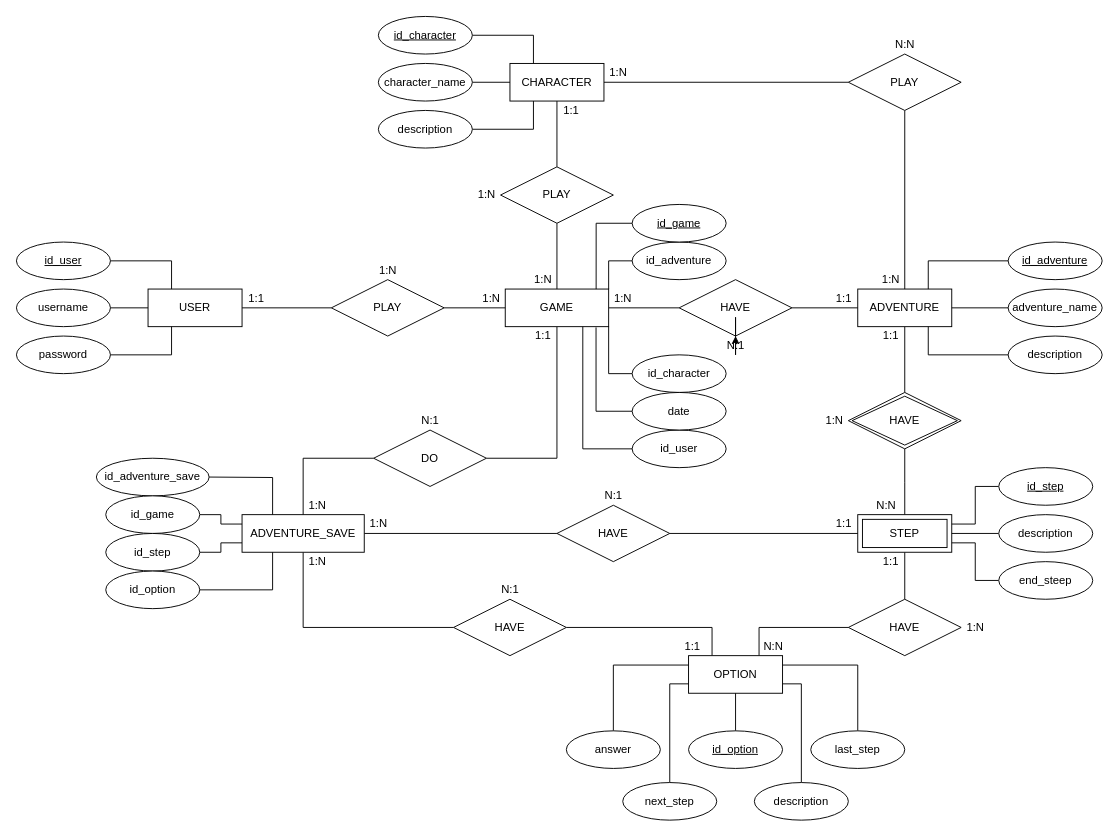
The draw.io diagram M02/ModeloE-R/modelo_E-R.drawio in Brahian412/Proyecto_2122, before the edit. Source tidied: cells renumbered, new cells numbered last; positions are measured from the earlier drawing's top-left corner, leaving out a move shared by most shapes. Both pictures are drawn from the tidied source at 94%, with x=0, y=0 at pixel (16, 16).
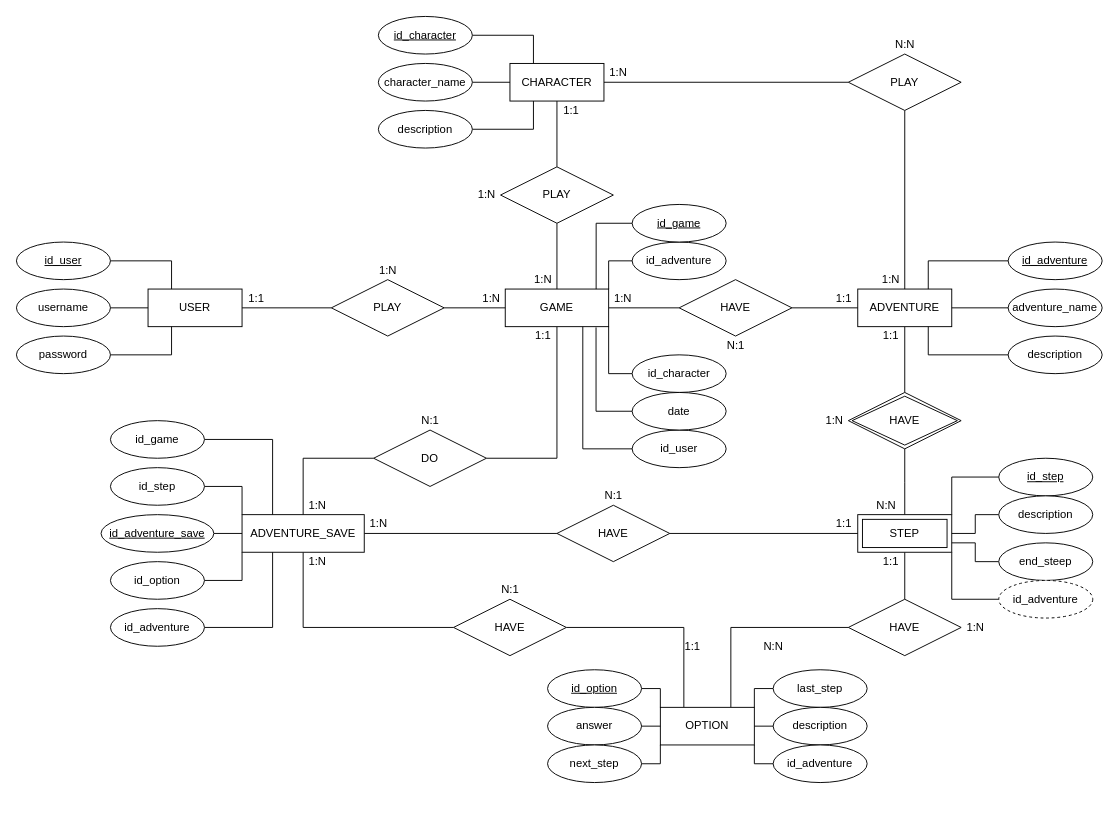
The same page after the edit.

Unchanged cells that the change refers to:
```xml
<mxCell id="25" value="STEP" style="shape=ext;margin=3;double=1;whiteSpace=wrap;html=1;align=center;" parent="1" vertex="1">
  <mxGeometry x="895" y="530" width="100" height="40" as="geometry" />
</mxCell>
<mxCell id="50" value="ADVENTURE_SAVE" style="whiteSpace=wrap;html=1;align=center;" parent="1" vertex="1">
  <mxGeometry x="240" y="530" width="130" height="40" as="geometry" />
</mxCell>
<mxCell id="82" value="HAVE" style="shape=rhombus;perimeter=rhombusPerimeter;whiteSpace=wrap;html=1;align=center;" parent="1" vertex="1">
  <mxGeometry x="705" y="280" width="120" height="60" as="geometry" />
</mxCell>
<mxCell id="106" value="N:1" style="text;html=1;align=center;verticalAlign=middle;points=[];strokeColor=none;fillColor=none;" parent="1" vertex="1">
  <mxGeometry x="750" y="340" width="30" height="20" as="geometry" />
</mxCell>
```

The edit, as a diff of the source:
```diff
@@
+    <mxCell id="116" style="edgeStyle=orthogonalEdgeStyle;rounded=0;jettySize=auto;html=1;exitX=1;exitY=0;exitDx=0;exitDy=0;entryX=0;entryY=0.5;entryDx=0;entryDy=0;endArrow=none;endFill=0;" parent="1" edge="1" source="25" target="27">
+      <mxGeometry relative="1" as="geometry" />
+    </mxCell>
+    <mxCell id="117" style="edgeStyle=orthogonalEdgeStyle;rounded=0;jettySize=auto;html=1;exitX=1;exitY=1;exitDx=0;exitDy=0;entryX=0;entryY=0.5;entryDx=0;entryDy=0;endArrow=none;endFill=0;" parent="1" edge="1" source="25" target="119">
+      <mxGeometry relative="1" as="geometry" />
+    </mxCell>
@@
-    <mxCell id="26" style="edgeStyle=orthogonalEdgeStyle;rounded=0;jettySize=auto;html=1;exitX=0;exitY=0.5;exitDx=0;exitDy=0;entryX=1;entryY=0.25;entryDx=0;entryDy=0;endArrow=none;endFill=0;" parent="1" edge="1" source="27" target="25">
-      <mxGeometry relative="1" as="geometry" />
-    </mxCell>
     <mxCell id="27" value="id_step" style="ellipse;whiteSpace=wrap;html=1;align=center;fontStyle=4;" parent="1" vertex="1">
-      <mxGeometry x="1045" y="480" width="100" height="40" as="geometry" />
+      <mxGeometry x="1045" y="470" width="100" height="40" as="geometry" />
     </mxCell>
@@
     <mxCell id="29" value="description" style="ellipse;whiteSpace=wrap;html=1;align=center;" parent="1" vertex="1">
-      <mxGeometry x="1045" y="530" width="100" height="40" as="geometry" />
+      <mxGeometry x="1045" y="510" width="100" height="40" as="geometry" />
     </mxCell>
@@
     <mxCell id="31" value="end_steep" style="ellipse;whiteSpace=wrap;html=1;align=center;" parent="1" vertex="1">
-      <mxGeometry x="1045" y="580" width="100" height="40" as="geometry" />
+      <mxGeometry x="1045" y="560" width="100" height="40" as="geometry" />
     </mxCell>
@@
     <mxCell id="34" value="OPTION" style="whiteSpace=wrap;html=1;align=center;" parent="1" vertex="1">
-      <mxGeometry x="715" y="680" width="100" height="40" as="geometry" />
+      <mxGeometry x="685" y="735" width="100" height="40" as="geometry" />
     </mxCell>
@@
-    <mxCell id="51" style="edgeStyle=orthogonalEdgeStyle;rounded=0;jettySize=auto;html=1;exitX=1;exitY=0.5;exitDx=0;exitDy=0;entryX=0.25;entryY=0;entryDx=0;entryDy=0;endArrow=none;endFill=0;" parent="1" edge="1" target="50">
-      <mxGeometry relative="1" as="geometry">
-        <mxPoint x="205" y="490" as="sourcePoint" />
-      </mxGeometry>
-    </mxCell>
+    <mxCell id="118" style="edgeStyle=orthogonalEdgeStyle;rounded=0;jettySize=auto;html=1;exitX=1;exitY=0.5;exitDx=0;exitDy=0;entryX=0;entryY=0.5;entryDx=0;entryDy=0;endArrow=none;endFill=0;" parent="1" edge="1" source="52" target="50">
+      <mxGeometry relative="1" as="geometry" />
+    </mxCell>
-    <mxCell id="52" value="id_adventure_save" style="ellipse;whiteSpace=wrap;html=1;align=center;" parent="1" vertex="1">
-      <mxGeometry x="85" y="470" width="120" height="40" as="geometry" />
+    <mxCell id="52" value="&lt;u&gt;id_adventure_save&lt;/u&gt;" style="ellipse;whiteSpace=wrap;html=1;align=center;" parent="1" vertex="1">
+      <mxGeometry x="90" y="530" width="120" height="40" as="geometry" />
     </mxCell>
@@
-    <mxCell id="55" style="edgeStyle=orthogonalEdgeStyle;rounded=0;jettySize=auto;html=1;exitX=1;exitY=0.5;exitDx=0;exitDy=0;entryX=0;entryY=0.25;entryDx=0;entryDy=0;endArrow=none;endFill=0;" parent="1" edge="1" source="56" target="50">
+    <mxCell id="55" style="edgeStyle=orthogonalEdgeStyle;rounded=0;jettySize=auto;html=1;exitX=1;exitY=0.5;exitDx=0;exitDy=0;entryX=0.25;entryY=0;entryDx=0;entryDy=0;endArrow=none;endFill=0;" parent="1" edge="1" source="56" target="50">
       <mxGeometry relative="1" as="geometry" />
     </mxCell>
     <mxCell id="56" value="id_game" style="ellipse;whiteSpace=wrap;html=1;align=center;" parent="1" vertex="1">
-      <mxGeometry x="95" y="510" width="100" height="40" as="geometry" />
+      <mxGeometry x="100" y="430" width="100" height="40" as="geometry" />
     </mxCell>
-    <mxCell id="57" style="edgeStyle=orthogonalEdgeStyle;rounded=0;jettySize=auto;html=1;exitX=1;exitY=0.5;exitDx=0;exitDy=0;entryX=0;entryY=0.75;entryDx=0;entryDy=0;endArrow=none;endFill=0;" parent="1" edge="1" source="58" target="50">
+    <mxCell id="57" style="edgeStyle=orthogonalEdgeStyle;rounded=0;jettySize=auto;html=1;exitX=1;exitY=0.5;exitDx=0;exitDy=0;entryX=0;entryY=0;entryDx=0;entryDy=0;endArrow=none;endFill=0;" parent="1" edge="1" source="58" target="50">
       <mxGeometry relative="1" as="geometry" />
     </mxCell>
     <mxCell id="58" value="id_step" style="ellipse;whiteSpace=wrap;html=1;align=center;" parent="1" vertex="1">
-      <mxGeometry x="95" y="550" width="100" height="40" as="geometry" />
+      <mxGeometry x="100" y="480" width="100" height="40" as="geometry" />
     </mxCell>
-    <mxCell id="59" style="edgeStyle=orthogonalEdgeStyle;rounded=0;jettySize=auto;html=1;exitX=1;exitY=0.5;exitDx=0;exitDy=0;entryX=0.25;entryY=1;entryDx=0;entryDy=0;endArrow=none;endFill=0;" parent="1" edge="1" source="60" target="50">
+    <mxCell id="59" style="edgeStyle=orthogonalEdgeStyle;rounded=0;jettySize=auto;html=1;exitX=1;exitY=0.5;exitDx=0;exitDy=0;entryX=0;entryY=1;entryDx=0;entryDy=0;endArrow=none;endFill=0;" parent="1" edge="1" source="60" target="50">
       <mxGeometry relative="1" as="geometry" />
     </mxCell>
     <mxCell id="60" value="id_option" style="ellipse;whiteSpace=wrap;html=1;align=center;" parent="1" vertex="1">
-      <mxGeometry x="95" y="590" width="100" height="40" as="geometry" />
+      <mxGeometry x="100" y="580" width="100" height="40" as="geometry" />
     </mxCell>
@@
-    <mxCell id="65" style="edgeStyle=orthogonalEdgeStyle;rounded=0;jettySize=auto;html=1;exitX=0.5;exitY=0;exitDx=0;exitDy=0;entryX=0.5;entryY=1;entryDx=0;entryDy=0;endArrow=none;endFill=0;" parent="1" edge="1" source="66" target="34">
+    <mxCell id="65" style="edgeStyle=orthogonalEdgeStyle;rounded=0;jettySize=auto;html=1;exitX=1;exitY=0.5;exitDx=0;exitDy=0;entryX=0;entryY=0;entryDx=0;entryDy=0;endArrow=none;endFill=0;" parent="1" edge="1" source="66" target="34">
       <mxGeometry relative="1" as="geometry" />
     </mxCell>
     <mxCell id="66" value="id_option" style="ellipse;whiteSpace=wrap;html=1;align=center;fontStyle=4;" parent="1" vertex="1">
-      <mxGeometry x="715" y="760" width="100" height="40" as="geometry" />
+      <mxGeometry x="565" y="695" width="100" height="40" as="geometry" />
     </mxCell>
-    <mxCell id="67" style="edgeStyle=orthogonalEdgeStyle;rounded=0;jettySize=auto;html=1;exitX=0.5;exitY=0;exitDx=0;exitDy=0;entryX=0;entryY=0.25;entryDx=0;entryDy=0;endArrow=none;endFill=0;" parent="1" edge="1" source="68" target="34">
+    <mxCell id="67" style="edgeStyle=orthogonalEdgeStyle;rounded=0;jettySize=auto;html=1;exitX=1;exitY=0.5;exitDx=0;exitDy=0;entryX=0;entryY=0.5;entryDx=0;entryDy=0;endArrow=none;endFill=0;" parent="1" edge="1" source="68" target="34">
       <mxGeometry relative="1" as="geometry" />
     </mxCell>
     <mxCell id="68" value="answer" style="ellipse;whiteSpace=wrap;html=1;align=center;" parent="1" vertex="1">
-      <mxGeometry x="585" y="760" width="100" height="40" as="geometry" />
+      <mxGeometry x="565" y="735" width="100" height="40" as="geometry" />
     </mxCell>
-    <mxCell id="69" style="edgeStyle=orthogonalEdgeStyle;rounded=0;jettySize=auto;html=1;exitX=0.5;exitY=0;exitDx=0;exitDy=0;entryX=1;entryY=0.25;entryDx=0;entryDy=0;endArrow=none;endFill=0;" parent="1" edge="1" source="70" target="34">
+    <mxCell id="69" style="edgeStyle=orthogonalEdgeStyle;rounded=0;jettySize=auto;html=1;exitX=0;exitY=0.5;exitDx=0;exitDy=0;entryX=1;entryY=0;entryDx=0;entryDy=0;endArrow=none;endFill=0;" parent="1" edge="1" source="70" target="34">
       <mxGeometry relative="1" as="geometry" />
     </mxCell>
     <mxCell id="70" value="last_step" style="ellipse;whiteSpace=wrap;html=1;align=center;" parent="1" vertex="1">
-      <mxGeometry x="845" y="760" width="100" height="40" as="geometry" />
+      <mxGeometry x="805" y="695" width="100" height="40" as="geometry" />
     </mxCell>
-    <mxCell id="71" style="edgeStyle=orthogonalEdgeStyle;rounded=0;jettySize=auto;html=1;exitX=0.5;exitY=0;exitDx=0;exitDy=0;entryX=0;entryY=0.75;entryDx=0;entryDy=0;endArrow=none;endFill=0;" parent="1" edge="1" source="72" target="34">
+    <mxCell id="71" style="edgeStyle=orthogonalEdgeStyle;rounded=0;jettySize=auto;html=1;exitX=1;exitY=0.5;exitDx=0;exitDy=0;entryX=0;entryY=1;entryDx=0;entryDy=0;endArrow=none;endFill=0;" parent="1" edge="1" source="72" target="34">
       <mxGeometry relative="1" as="geometry" />
     </mxCell>
     <mxCell id="72" value="next_step" style="ellipse;whiteSpace=wrap;html=1;align=center;" parent="1" vertex="1">
-      <mxGeometry x="645" y="815" width="100" height="40" as="geometry" />
+      <mxGeometry x="565" y="775" width="100" height="40" as="geometry" />
     </mxCell>
-    <mxCell id="73" style="edgeStyle=orthogonalEdgeStyle;rounded=0;jettySize=auto;html=1;exitX=0.5;exitY=0;exitDx=0;exitDy=0;entryX=1;entryY=0.75;entryDx=0;entryDy=0;endArrow=none;endFill=0;" parent="1" edge="1" source="74" target="34">
+    <mxCell id="73" style="edgeStyle=orthogonalEdgeStyle;rounded=0;jettySize=auto;html=1;exitX=0;exitY=0.5;exitDx=0;exitDy=0;entryX=1;entryY=0.5;entryDx=0;entryDy=0;endArrow=none;endFill=0;" parent="1" edge="1" source="74" target="34">
       <mxGeometry relative="1" as="geometry" />
     </mxCell>
     <mxCell id="74" value="description" style="ellipse;whiteSpace=wrap;html=1;align=center;" parent="1" vertex="1">
-      <mxGeometry x="785" y="815" width="100" height="40" as="geometry" />
+      <mxGeometry x="805" y="735" width="100" height="40" as="geometry" />
     </mxCell>
@@
-    <mxCell id="105" style="edgeStyle=orthogonalEdgeStyle;rounded=0;jettySize=auto;html=1;" parent="1" edge="1" source="106" target="82">
-      <mxGeometry relative="1" as="geometry" />
-    </mxCell>
@@
+    <mxCell id="119" value="id_adventure" style="ellipse;whiteSpace=wrap;html=1;align=center;dashed=1;" parent="1" vertex="1">
+      <mxGeometry x="1045" y="600" width="100" height="40" as="geometry" />
+    </mxCell>
+    <mxCell id="120" style="edgeStyle=orthogonalEdgeStyle;rounded=0;jettySize=auto;html=1;exitX=0;exitY=0.5;exitDx=0;exitDy=0;entryX=1;entryY=1;entryDx=0;entryDy=0;endArrow=none;endFill=0;" parent="1" edge="1" source="121" target="34">
+      <mxGeometry relative="1" as="geometry" />
+    </mxCell>
+    <mxCell id="121" value="id_adventure" style="ellipse;whiteSpace=wrap;html=1;align=center;" parent="1" vertex="1">
+      <mxGeometry x="805" y="775" width="100" height="40" as="geometry" />
+    </mxCell>
+    <mxCell id="122" style="edgeStyle=orthogonalEdgeStyle;rounded=0;jettySize=auto;html=1;exitX=1;exitY=0.5;exitDx=0;exitDy=0;entryX=0.25;entryY=1;entryDx=0;entryDy=0;endArrow=none;endFill=0;" parent="1" edge="1" source="123" target="50">
+      <mxGeometry relative="1" as="geometry" />
+    </mxCell>
+    <mxCell id="123" value="id_adventure" style="ellipse;whiteSpace=wrap;html=1;align=center;" parent="1" vertex="1">
+      <mxGeometry x="100" y="630" width="100" height="40" as="geometry" />
+    </mxCell>
```
